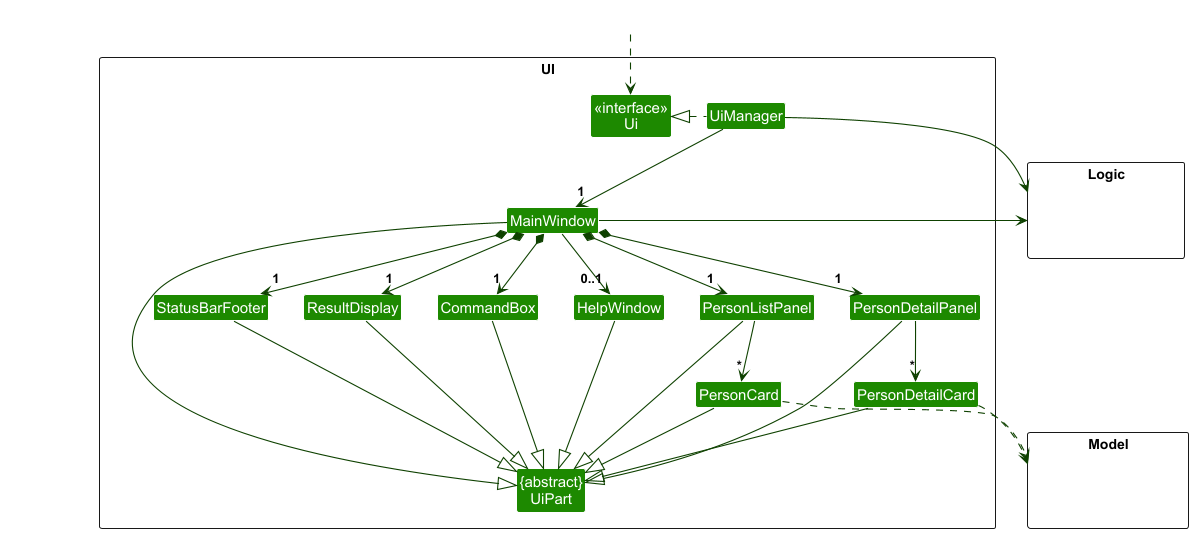
This is docs/images/UiClassDiagram.png from carineang/tp, a PlantUML export, as it was before one commit.
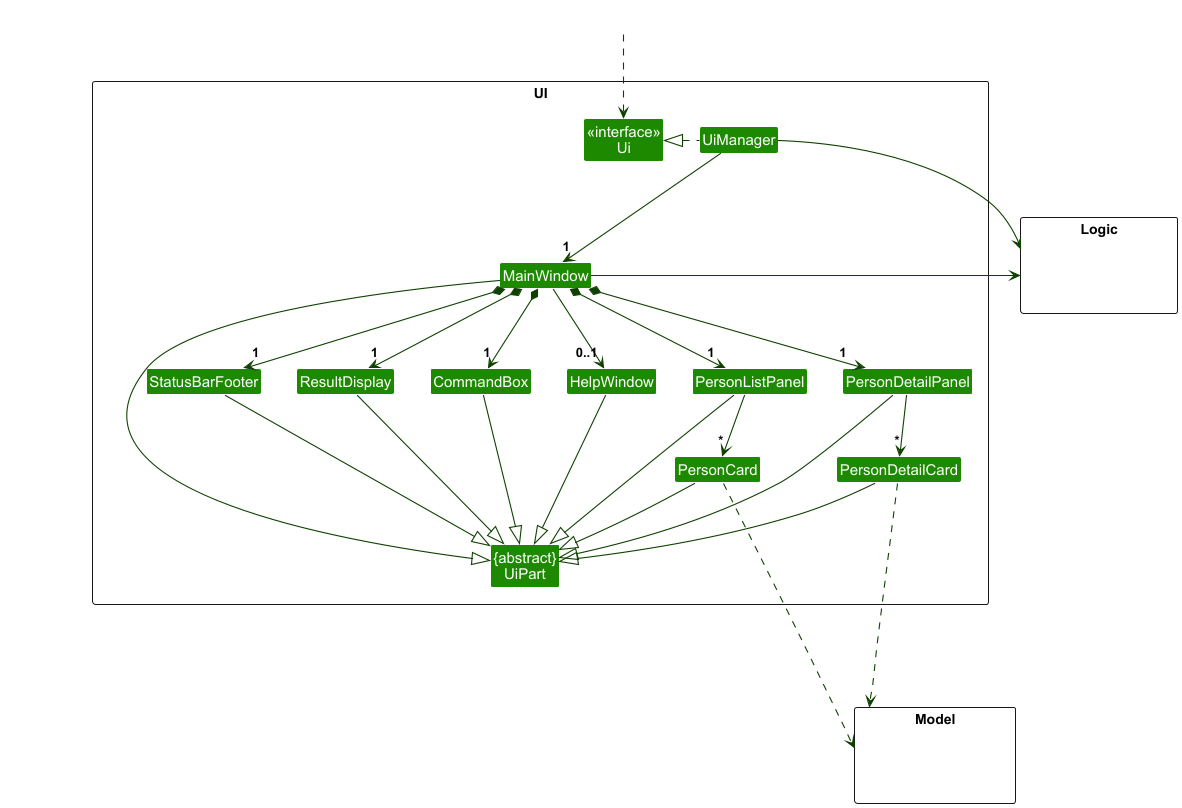
Above is the later version.

Commit message:
Update UI Components diagram

What changed in the source:
```diff
@@ -53,8 +53,11 @@
 StatusBarFooter --|> UiPart
 HelpWindow --|> UiPart
 
-PersonCard ..> Model
-PersonDetailCard ..> Model
+PersonCard -[hidden]right- PersonDetailCard : " "
+
+PersonCard ..down..> Model
+PersonDetailCard ..down..> Model
+
 UiManager -right-> Logic
 MainWindow -left-> Logic
 
```
